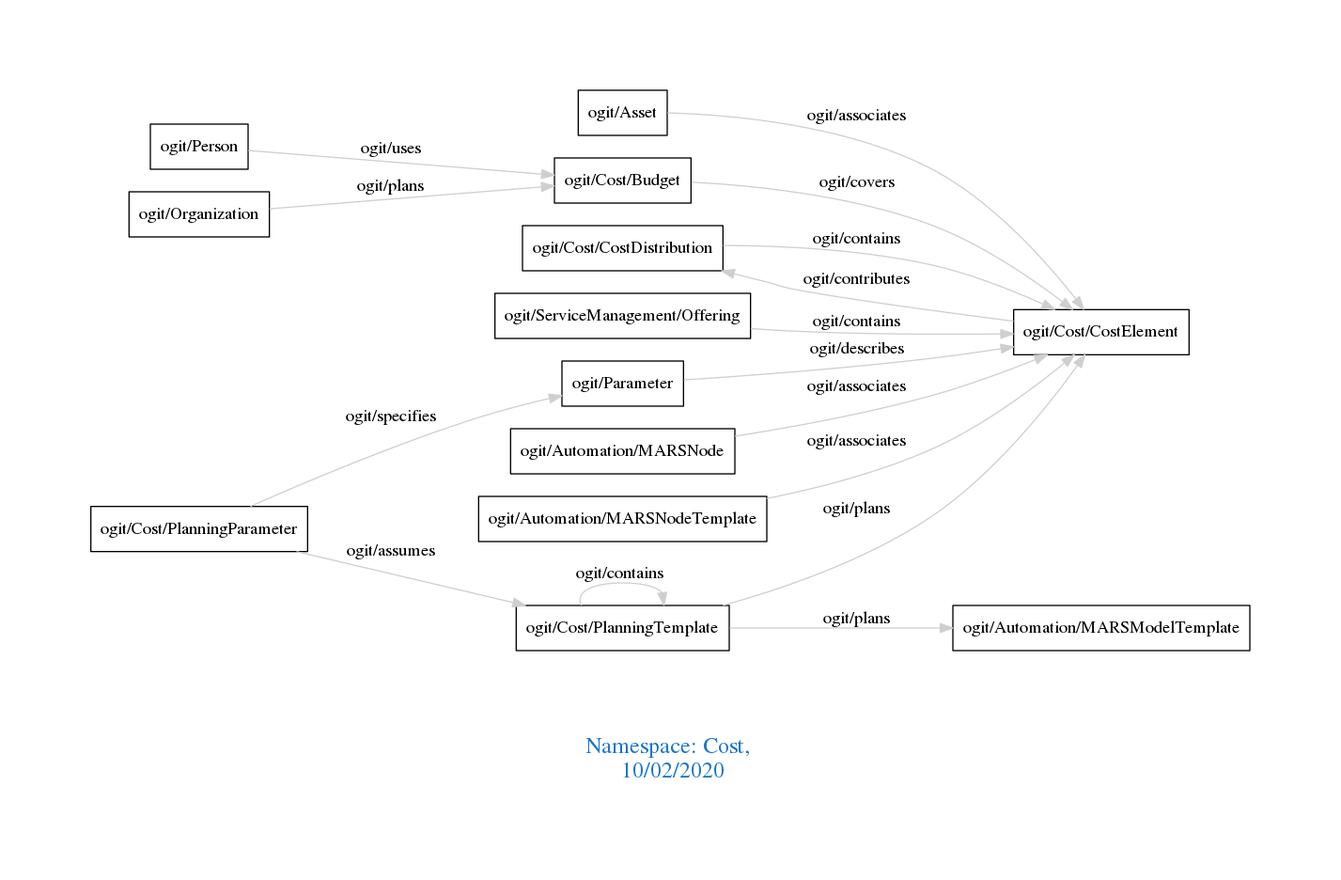
Above: downloads/Cost.png in arago/OGIT (Graphviz), before the change. Its source is kept beside it as downloads/Cost.dot.
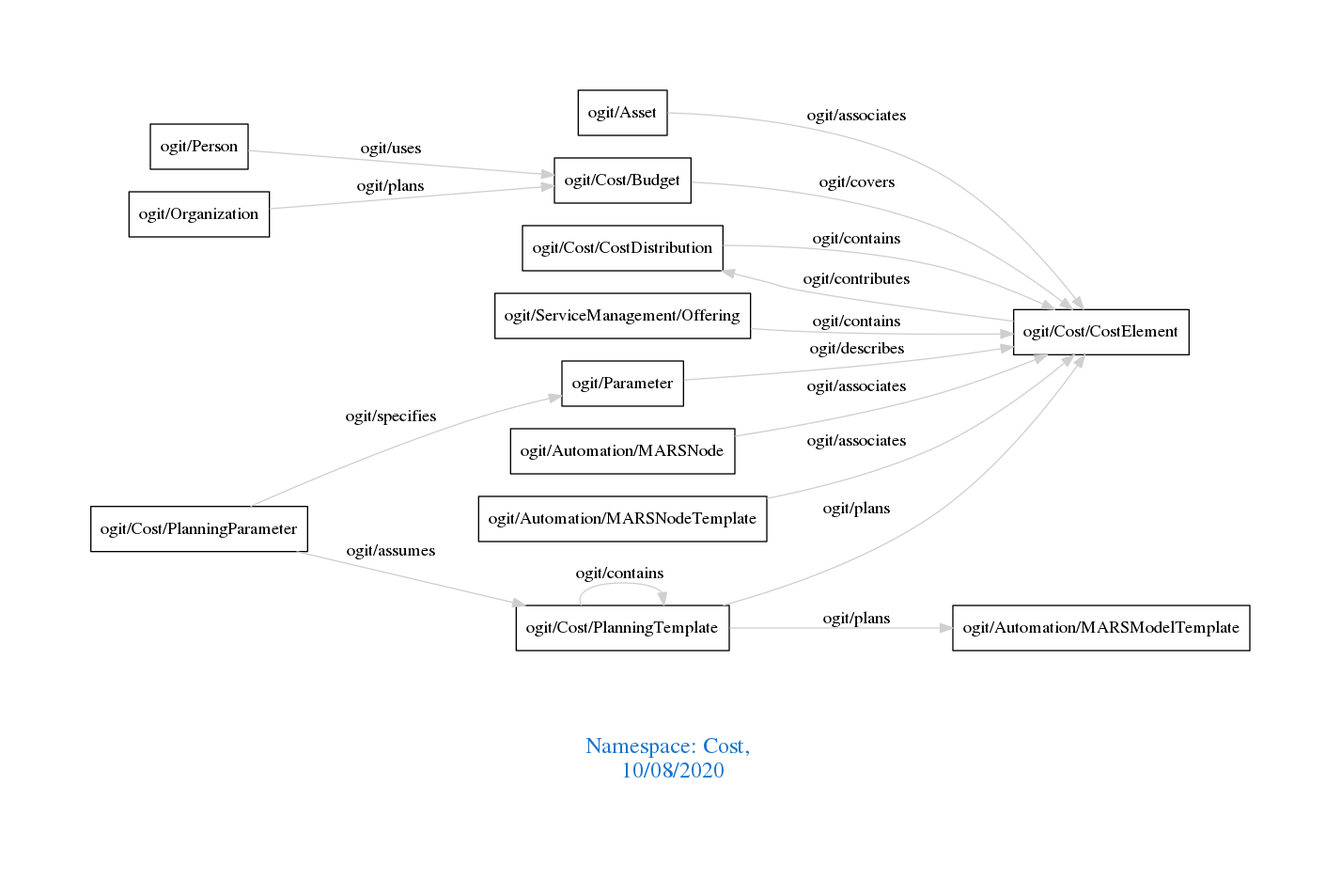
Later version of the same file.

Diff of the diagram source:
```diff
@@ -1,7 +1,7 @@
 digraph OGIT_ontology {
  graph [ rankdir= LR,pad=1
 fontsize = 18,
-fontcolor= dodgerblue3,label = "\n\n\nNamespace: Cost, \n 10/02/2020"];
+fontcolor= dodgerblue3,label = "\n\n\nNamespace: Cost, \n 10/08/2020"];
 node[shape=polygon];
 edge [  color="gray81"];
 
```
